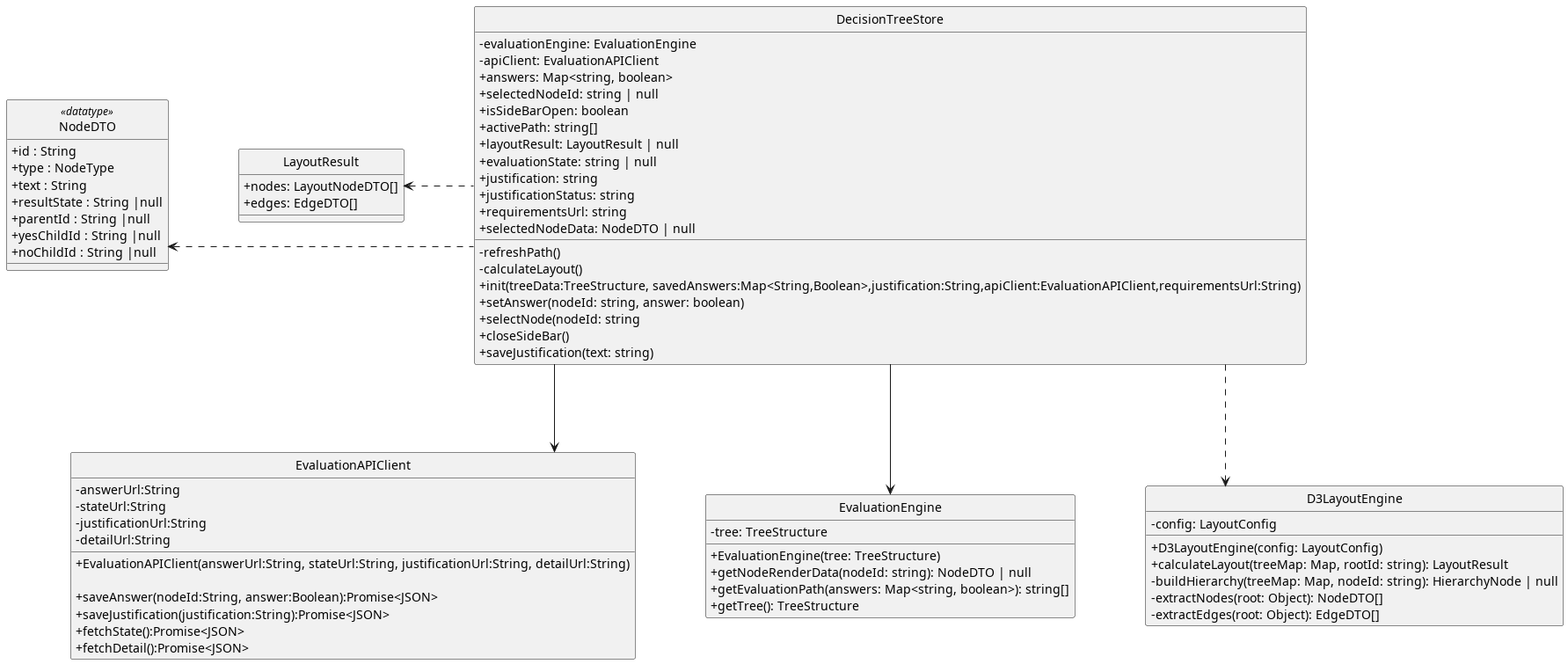
Earlier version of the PlantUML export src/PB/DocumentazioneEsterna/Specifica_Tecnica/content/05-diagrammi-classi/uml/png/frontend/DecisionTreeComplessivo.png (GroupRubberDuck/Documentazione). The source it was exported from:
```plantuml
@startuml
skinparam linetype ortho
skinparam nodesep 80
skinparam ranksep 100
skinparam classAttributeIconSize 0
skinparam packageStyle rectangle
skinparam style strictuml


!include ../store/DecisionTreeStore.puml
!include ../api/EvaluationAPIClient.puml
!include ../engine/EvaluationEngine.puml
!include ../layout/D3LayoutEngine.puml
!include ../layout/LayoutResult.puml
!include ../models/NodeDTO.puml

DecisionTreeStore --> EvaluationAPIClient
DecisionTreeStore --> EvaluationEngine
DecisionTreeStore ..> D3LayoutEngine
DecisionTreeStore .l.> LayoutResult
DecisionTreeStore .l.> NodeDTO


@enduml
```
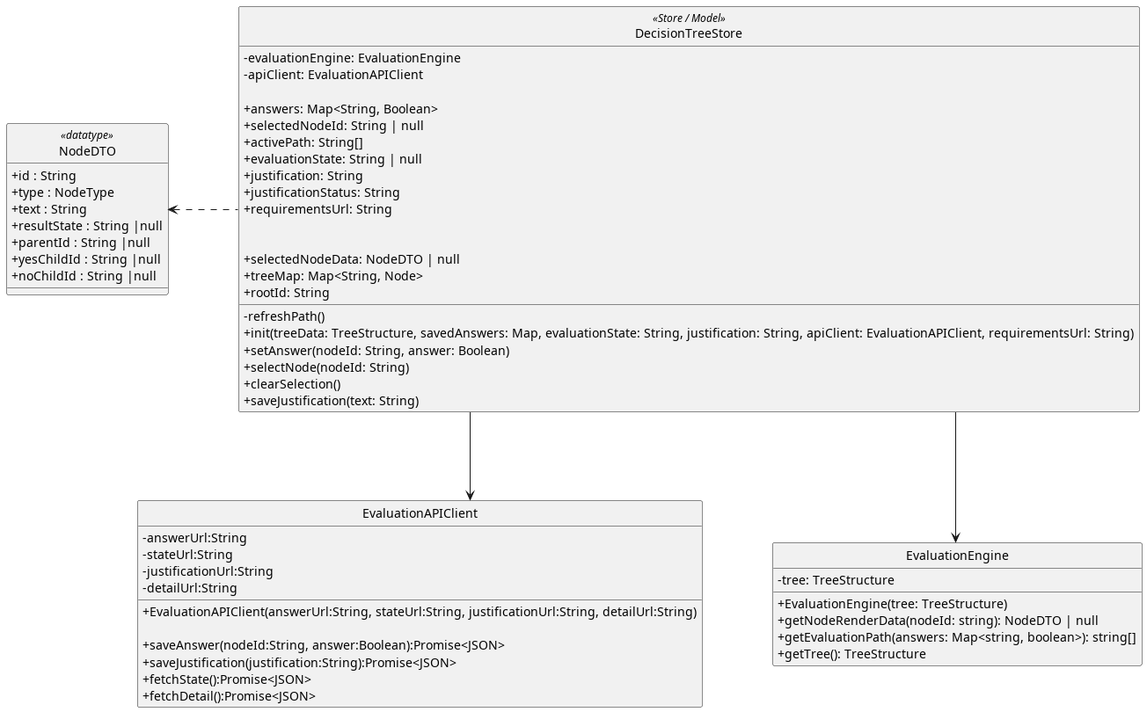
The same file after the commit.

Change to the diagram source:
```diff
@@ -10,14 +10,10 @@
 !include ../store/DecisionTreeStore.puml
 !include ../api/EvaluationAPIClient.puml
 !include ../engine/EvaluationEngine.puml
-!include ../layout/D3LayoutEngine.puml
-!include ../layout/LayoutResult.puml
 !include ../models/NodeDTO.puml
 
 DecisionTreeStore --> EvaluationAPIClient
 DecisionTreeStore --> EvaluationEngine
-DecisionTreeStore ..> D3LayoutEngine
-DecisionTreeStore .l.> LayoutResult
 DecisionTreeStore .l.> NodeDTO
 
 
```
